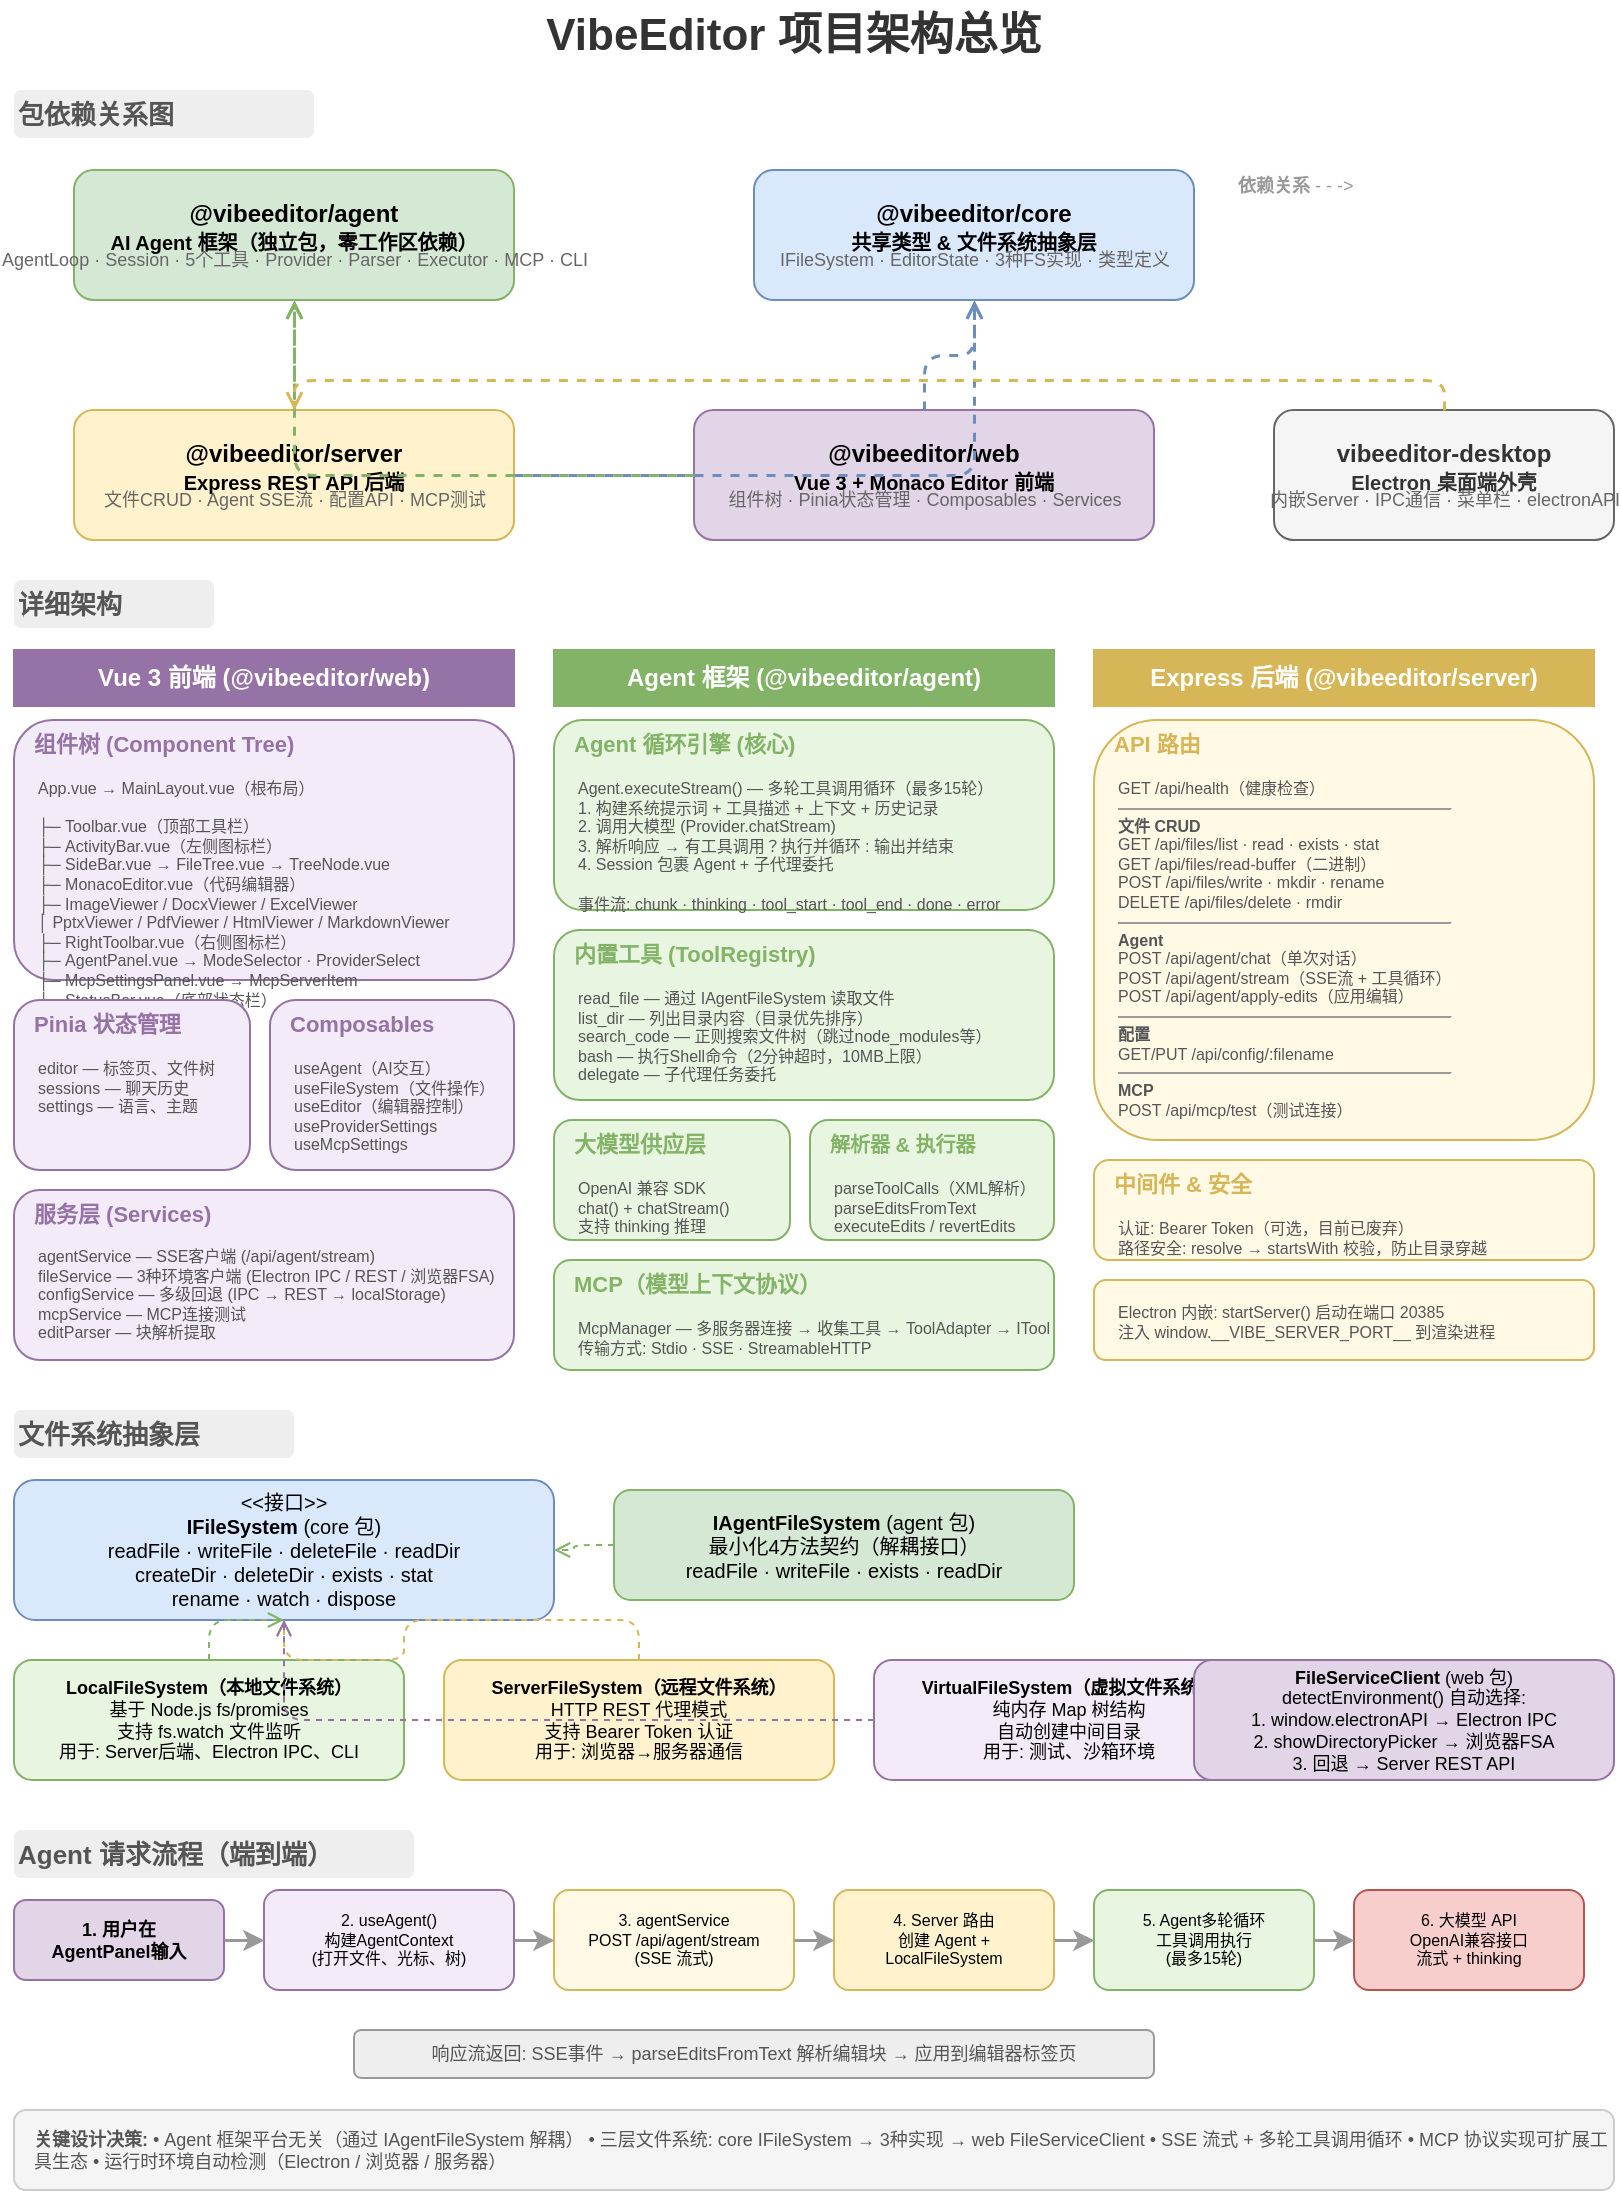
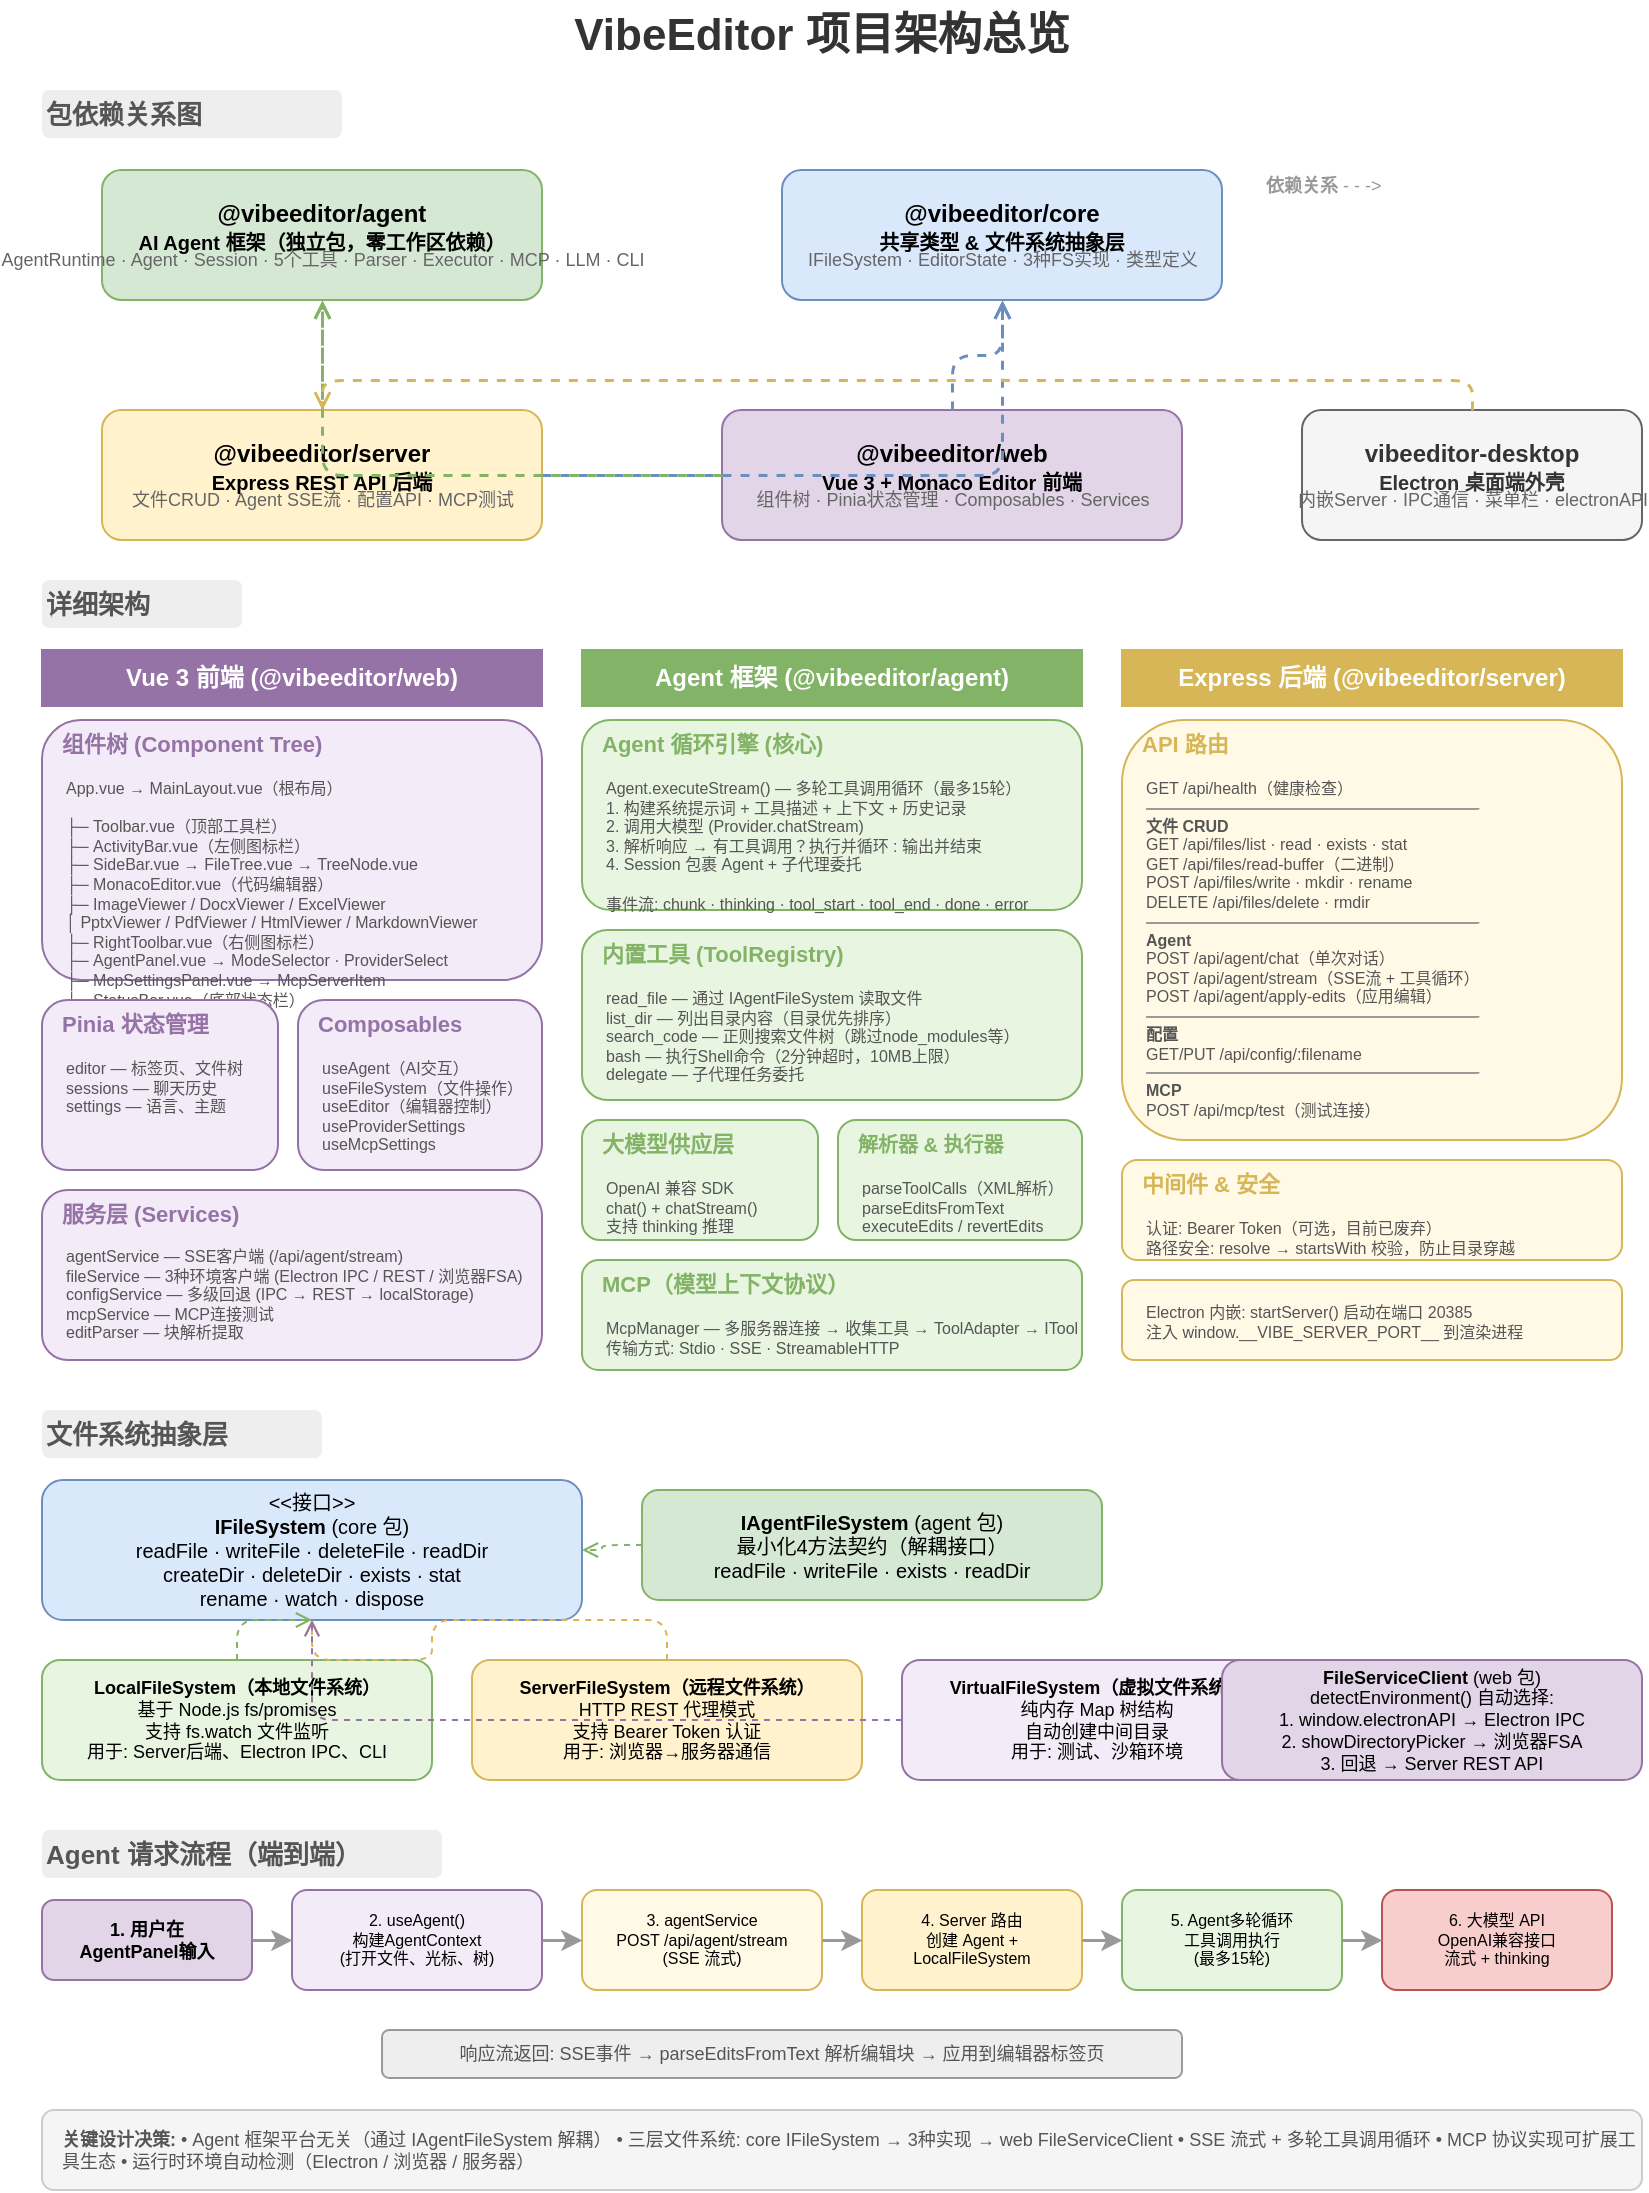
<mxGraphModel dx="1200" dy="900" grid="1" gridSize="10" guides="1" tooltips="1" connect="1" arrows="1" fold="1" page="1" pageScale="1" pageWidth="850" pageHeight="1150" math="0" shadow="0">
  <root>
    <mxCell id="0"/>
    <mxCell id="1" parent="0"/>

    <!-- ===== TITLE ===== -->
    <mxCell id="title" value="VibeEditor 项目架构总览" style="text;html=1;strokeColor=none;fillColor=none;align=center;verticalAlign=middle;whiteSpace=wrap;rounded=0;fontSize=22;fontStyle=1;fontColor=#333333;" vertex="1" parent="1">
      <mxGeometry x="220" y="10" width="400" height="35" as="geometry"/>
    </mxCell>

    <!-- ===== SECTION 1: 包依赖关系 ===== -->
    <mxCell id="sec1-label" value="包依赖关系图" style="text;html=1;strokeColor=none;fillColor=#eeeeee;align=left;verticalAlign=middle;whiteSpace=wrap;rounded=1;fontSize=13;fontStyle=1;fontColor=#555555;" vertex="1" parent="1">
      <mxGeometry x="30" y="55" width="150" height="24" as="geometry"/>
    </mxCell>

    <!-- Agent package -->
    <mxCell id="pkg-agent" value="@vibeeditor/agent&lt;br&gt;&lt;font style=&quot;font-size:10px&quot;&gt;AI Agent 框架（独立包，零工作区依赖）&lt;/font&gt;" style="rounded=1;whiteSpace=wrap;html=1;fillColor=#d5e8d4;strokeColor=#82b366;fontSize=12;fontStyle=1;verticalAlign=top;spacingTop=8;" vertex="1" parent="1">
      <mxGeometry x="60" y="95" width="220" height="65" as="geometry"/>
    </mxCell>
-     <mxCell id="pkg-agent-detail" value="AgentLoop · Session · 5个工具 · Provider · Parser · Executor · MCP · CLI" style="text;html=1;strokeColor=none;fillColor=none;align=center;verticalAlign=middle;fontSize=9;fontColor=#666666;" vertex="1" parent="1">
+     <mxCell id="pkg-agent-detail" value="AgentRuntime · Agent · Session · 5个工具 · Parser · Executor · MCP · LLM · CLI" style="text;html=1;strokeColor=none;fillColor=none;align=center;verticalAlign=middle;fontSize=9;fontColor=#666666;" vertex="1" parent="1">
      <mxGeometry x="65" y="130" width="210" height="20" as="geometry"/>
    </mxCell>

    <!-- Core package -->
    <mxCell id="pkg-core" value="@vibeeditor/core&lt;br&gt;&lt;font style=&quot;font-size:10px&quot;&gt;共享类型 &amp; 文件系统抽象层&lt;/font&gt;" style="rounded=1;whiteSpace=wrap;html=1;fillColor=#dae8fc;strokeColor=#6c8ebf;fontSize=12;fontStyle=1;verticalAlign=top;spacingTop=8;" vertex="1" parent="1">
      <mxGeometry x="400" y="95" width="220" height="65" as="geometry"/>
    </mxCell>
    <mxCell id="pkg-core-detail" value="IFileSystem · EditorState · 3种FS实现 · 类型定义" style="text;html=1;strokeColor=none;fillColor=none;align=center;verticalAlign=middle;fontSize=9;fontColor=#666666;" vertex="1" parent="1">
      <mxGeometry x="405" y="130" width="210" height="20" as="geometry"/>
    </mxCell>

    <!-- Server package -->
    <mxCell id="pkg-server" value="@vibeeditor/server&lt;br&gt;&lt;font style=&quot;font-size:10px&quot;&gt;Express REST API 后端&lt;/font&gt;" style="rounded=1;whiteSpace=wrap;html=1;fillColor=#fff2cc;strokeColor=#d6b656;fontSize=12;fontStyle=1;verticalAlign=top;spacingTop=8;" vertex="1" parent="1">
      <mxGeometry x="60" y="215" width="220" height="65" as="geometry"/>
    </mxCell>
    <mxCell id="pkg-server-detail" value="文件CRUD · Agent SSE流 · 配置API · MCP测试" style="text;html=1;strokeColor=none;fillColor=none;align=center;verticalAlign=middle;fontSize=9;fontColor=#666666;" vertex="1" parent="1">
      <mxGeometry x="65" y="250" width="210" height="20" as="geometry"/>
    </mxCell>

    <!-- Web package -->
    <mxCell id="pkg-web" value="@vibeeditor/web&lt;br&gt;&lt;font style=&quot;font-size:10px&quot;&gt;Vue 3 + Monaco Editor 前端&lt;/font&gt;" style="rounded=1;whiteSpace=wrap;html=1;fillColor=#e1d5e7;strokeColor=#9673a6;fontSize=12;fontStyle=1;verticalAlign=top;spacingTop=8;" vertex="1" parent="1">
      <mxGeometry x="370" y="215" width="230" height="65" as="geometry"/>
    </mxCell>
    <mxCell id="pkg-web-detail" value="组件树 · Pinia状态管理 · Composables · Services" style="text;html=1;strokeColor=none;fillColor=none;align=center;verticalAlign=middle;fontSize=9;fontColor=#666666;" vertex="1" parent="1">
      <mxGeometry x="375" y="250" width="220" height="20" as="geometry"/>
    </mxCell>

    <!-- Electron package -->
    <mxCell id="pkg-electron" value="vibeeditor-desktop&lt;br&gt;&lt;font style=&quot;font-size:10px&quot;&gt;Electron 桌面端外壳&lt;/font&gt;" style="rounded=1;whiteSpace=wrap;html=1;fillColor=#f5f5f5;strokeColor=#666666;fontSize=12;fontStyle=1;verticalAlign=top;spacingTop=8;fontColor=#333333;" vertex="1" parent="1">
      <mxGeometry x="660" y="215" width="170" height="65" as="geometry"/>
    </mxCell>
    <mxCell id="pkg-electron-detail" value="内嵌Server · IPC通信 · 菜单栏 · electronAPI" style="text;html=1;strokeColor=none;fillColor=none;align=center;verticalAlign=middle;fontSize=9;fontColor=#666666;" vertex="1" parent="1">
      <mxGeometry x="665" y="250" width="160" height="20" as="geometry"/>
    </mxCell>

    <!-- Dependency arrows -->
    <mxCell id="edge-server-agent" style="edgeStyle=orthogonalEdgeStyle;rounded=1;orthogonalLoop=1;jettySize=auto;html=1;strokeColor=#82b366;strokeWidth=1.5;dashed=1;endArrow=open;endFill=0;" edge="1" parent="1" source="pkg-server" target="pkg-agent">
      <mxGeometry relative="1" as="geometry"/>
    </mxCell>
    <mxCell id="edge-server-core" style="edgeStyle=orthogonalEdgeStyle;rounded=1;orthogonalLoop=1;jettySize=auto;html=1;strokeColor=#6c8ebf;strokeWidth=1.5;dashed=1;endArrow=open;endFill=0;" edge="1" parent="1" source="pkg-server" target="pkg-core">
      <mxGeometry relative="1" as="geometry"/>
    </mxCell>
    <mxCell id="edge-web-agent" style="edgeStyle=orthogonalEdgeStyle;rounded=1;orthogonalLoop=1;jettySize=auto;html=1;strokeColor=#82b366;strokeWidth=1.5;dashed=1;endArrow=open;endFill=0;" edge="1" parent="1" source="pkg-web" target="pkg-agent">
      <mxGeometry relative="1" as="geometry"/>
    </mxCell>
    <mxCell id="edge-web-core" style="edgeStyle=orthogonalEdgeStyle;rounded=1;orthogonalLoop=1;jettySize=auto;html=1;strokeColor=#6c8ebf;strokeWidth=1.5;dashed=1;endArrow=open;endFill=0;" edge="1" parent="1" source="pkg-web" target="pkg-core">
      <mxGeometry relative="1" as="geometry"/>
    </mxCell>
    <mxCell id="edge-electron-server" style="edgeStyle=orthogonalEdgeStyle;rounded=1;orthogonalLoop=1;jettySize=auto;html=1;strokeColor=#d6b656;strokeWidth=1.5;dashed=1;endArrow=open;endFill=0;" edge="1" parent="1" source="pkg-electron" target="pkg-server">
      <mxGeometry relative="1" as="geometry">
        <Array as="points">
          <mxPoint x="745" y="200"/>
          <mxPoint x="170" y="200"/>
        </Array>
      </mxGeometry>
    </mxCell>

    <!-- Legend -->
    <mxCell id="legend" value="&lt;b&gt;依赖关系&lt;/b&gt; - - -&gt;" style="text;html=1;strokeColor=none;fillColor=none;align=left;verticalAlign=middle;fontSize=9;fontColor=#999999;" vertex="1" parent="1">
      <mxGeometry x="640" y="95" width="90" height="16" as="geometry"/>
    </mxCell>

    <!-- ===== SECTION 2: 详细架构 ===== -->
    <mxCell id="sec2-label" value="详细架构" style="text;html=1;strokeColor=none;fillColor=#eeeeee;align=left;verticalAlign=middle;whiteSpace=wrap;rounded=1;fontSize=13;fontStyle=1;fontColor=#555555;" vertex="1" parent="1">
      <mxGeometry x="30" y="300" width="100" height="24" as="geometry"/>
    </mxCell>

    <!-- ===== COLUMN 1: 前端 ===== -->
    <mxCell id="col1-header" value="Vue 3 前端 (@vibeeditor/web)" style="rounded=0;whiteSpace=wrap;html=1;fillColor=#9673a6;strokeColor=#9673a6;fontSize=12;fontStyle=1;fontColor=#ffffff;verticalAlign=middle;" vertex="1" parent="1">
      <mxGeometry x="30" y="335" width="250" height="28" as="geometry"/>
    </mxCell>

    <!-- 组件树 -->
    <mxCell id="comp-box" value="" style="rounded=1;whiteSpace=wrap;html=1;fillColor=#f3ebf7;strokeColor=#9673a6;verticalAlign=top;" vertex="1" parent="1">
      <mxGeometry x="30" y="370" width="250" height="130" as="geometry"/>
    </mxCell>
    <mxCell id="comp-title" value="组件树 (Component Tree)" style="text;html=1;strokeColor=none;fillColor=none;align=left;verticalAlign=middle;fontSize=11;fontStyle=1;fontColor=#9673a6;" vertex="1" parent="1">
      <mxGeometry x="38" y="373" width="160" height="18" as="geometry"/>
    </mxCell>
    <mxCell id="comp-content" value="App.vue → MainLayout.vue（根布局）&lt;br&gt;&lt;br&gt;├─ Toolbar.vue（顶部工具栏）&lt;br&gt;├─ ActivityBar.vue（左侧图标栏）&lt;br&gt;├─ SideBar.vue → FileTree.vue → TreeNode.vue&lt;br&gt;├─ MonacoEditor.vue（代码编辑器）&lt;br&gt;├─ ImageViewer / DocxViewer / ExcelViewer&lt;br&gt;│   PptxViewer / PdfViewer / HtmlViewer / MarkdownViewer&lt;br&gt;├─ RightToolbar.vue（右侧图标栏）&lt;br&gt;├─ AgentPanel.vue → ModeSelector · ProviderSelect&lt;br&gt;├─ McpSettingsPanel.vue → McpServerItem&lt;br&gt;└─ StatusBar.vue（底部状态栏）" style="text;html=1;strokeColor=none;fillColor=none;align=left;verticalAlign=top;fontSize=8;fontColor=#555555;spacingLeft=6;" vertex="1" parent="1">
      <mxGeometry x="34" y="393" width="242" height="103" as="geometry"/>
    </mxCell>

    <!-- 状态管理 -->
    <mxCell id="store-box" value="" style="rounded=1;whiteSpace=wrap;html=1;fillColor=#f3ebf7;strokeColor=#9673a6;verticalAlign=top;" vertex="1" parent="1">
      <mxGeometry x="30" y="510" width="118" height="85" as="geometry"/>
    </mxCell>
    <mxCell id="store-title" value="Pinia 状态管理" style="text;html=1;strokeColor=none;fillColor=none;align=left;verticalAlign=middle;fontSize=11;fontStyle=1;fontColor=#9673a6;" vertex="1" parent="1">
      <mxGeometry x="38" y="513" width="100" height="18" as="geometry"/>
    </mxCell>
    <mxCell id="store-content" value="editor — 标签页、文件树&lt;br&gt;sessions — 聊天历史&lt;br&gt;settings — 语言、主题" style="text;html=1;strokeColor=none;fillColor=none;align=left;verticalAlign=top;fontSize=8;fontColor=#555555;spacingLeft=6;" vertex="1" parent="1">
      <mxGeometry x="34" y="533" width="110" height="56" as="geometry"/>
    </mxCell>

    <!-- 组合式函数 -->
    <mxCell id="compb-box" value="" style="rounded=1;whiteSpace=wrap;html=1;fillColor=#f3ebf7;strokeColor=#9673a6;verticalAlign=top;" vertex="1" parent="1">
      <mxGeometry x="158" y="510" width="122" height="85" as="geometry"/>
    </mxCell>
    <mxCell id="compb-title" value="Composables" style="text;html=1;strokeColor=none;fillColor=none;align=left;verticalAlign=middle;fontSize=11;fontStyle=1;fontColor=#9673a6;" vertex="1" parent="1">
      <mxGeometry x="166" y="513" width="100" height="18" as="geometry"/>
    </mxCell>
    <mxCell id="compb-content" value="useAgent（AI交互）&lt;br&gt;useFileSystem（文件操作）&lt;br&gt;useEditor（编辑器控制）&lt;br&gt;useProviderSettings&lt;br&gt;useMcpSettings" style="text;html=1;strokeColor=none;fillColor=none;align=left;verticalAlign=top;fontSize=8;fontColor=#555555;spacingLeft=6;" vertex="1" parent="1">
      <mxGeometry x="162" y="533" width="114" height="56" as="geometry"/>
    </mxCell>

    <!-- 服务层 -->
    <mxCell id="svc-box" value="" style="rounded=1;whiteSpace=wrap;html=1;fillColor=#f3ebf7;strokeColor=#9673a6;verticalAlign=top;" vertex="1" parent="1">
      <mxGeometry x="30" y="605" width="250" height="85" as="geometry"/>
    </mxCell>
    <mxCell id="svc-title" value="服务层 (Services)" style="text;html=1;strokeColor=none;fillColor=none;align=left;verticalAlign=middle;fontSize=11;fontStyle=1;fontColor=#9673a6;" vertex="1" parent="1">
      <mxGeometry x="38" y="608" width="120" height="18" as="geometry"/>
    </mxCell>
    <mxCell id="svc-content" value="agentService — SSE客户端 (/api/agent/stream)&lt;br&gt;fileService — 3种环境客户端 (Electron IPC / REST / 浏览器FSA)&lt;br&gt;configService — 多级回退 (IPC → REST → localStorage)&lt;br&gt;mcpService — MCP连接测试&lt;br&gt;editParser — &lt;edit&gt; 块解析提取" style="text;html=1;strokeColor=none;fillColor=none;align=left;verticalAlign=top;fontSize=8;fontColor=#555555;spacingLeft=6;" vertex="1" parent="1">
      <mxGeometry x="34" y="627" width="242" height="58" as="geometry"/>
    </mxCell>

    <!-- ===== COLUMN 2: AGENT 框架 ===== -->
    <mxCell id="col2-header" value="Agent 框架 (@vibeeditor/agent)" style="rounded=0;whiteSpace=wrap;html=1;fillColor=#82b366;strokeColor=#82b366;fontSize=12;fontStyle=1;fontColor=#ffffff;verticalAlign=middle;" vertex="1" parent="1">
      <mxGeometry x="300" y="335" width="250" height="28" as="geometry"/>
    </mxCell>

    <!-- Agent 循环引擎 -->
    <mxCell id="loop-box" value="" style="rounded=1;whiteSpace=wrap;html=1;fillColor=#e8f5e0;strokeColor=#82b366;verticalAlign=top;" vertex="1" parent="1">
      <mxGeometry x="300" y="370" width="250" height="95" as="geometry"/>
    </mxCell>
    <mxCell id="loop-title" value="Agent 循环引擎 (核心)" style="text;html=1;strokeColor=none;fillColor=none;align=left;verticalAlign=middle;fontSize=11;fontStyle=1;fontColor=#82b366;" vertex="1" parent="1">
      <mxGeometry x="308" y="373" width="150" height="18" as="geometry"/>
    </mxCell>
    <mxCell id="loop-content" value="Agent.executeStream() — 多轮工具调用循环（最多15轮）&lt;br&gt;1. 构建系统提示词 + 工具描述 + 上下文 + 历史记录&lt;br&gt;2. 调用大模型 (Provider.chatStream)&lt;br&gt;3. 解析响应 → 有工具调用？执行并循环 : 输出并结束&lt;br&gt;4. Session 包裹 Agent + 子代理委托&lt;br&gt;&lt;br&gt;事件流: chunk · thinking · tool_start · tool_end · done · error" style="text;html=1;strokeColor=none;fillColor=none;align=left;verticalAlign=top;fontSize=8;fontColor=#555555;spacingLeft=6;" vertex="1" parent="1">
      <mxGeometry x="304" y="393" width="242" height="67" as="geometry"/>
    </mxCell>

    <!-- 内置工具 -->
    <mxCell id="tools-box" value="" style="rounded=1;whiteSpace=wrap;html=1;fillColor=#e8f5e0;strokeColor=#82b366;verticalAlign=top;" vertex="1" parent="1">
      <mxGeometry x="300" y="475" width="250" height="85" as="geometry"/>
    </mxCell>
    <mxCell id="tools-title" value="内置工具 (ToolRegistry)" style="text;html=1;strokeColor=none;fillColor=none;align=left;verticalAlign=middle;fontSize=11;fontStyle=1;fontColor=#82b366;" vertex="1" parent="1">
      <mxGeometry x="308" y="478" width="170" height="18" as="geometry"/>
    </mxCell>
    <mxCell id="tools-content" value="read_file — 通过 IAgentFileSystem 读取文件&lt;br&gt;list_dir — 列出目录内容（目录优先排序）&lt;br&gt;search_code — 正则搜索文件树（跳过node_modules等）&lt;br&gt;bash — 执行Shell命令（2分钟超时，10MB上限）&lt;br&gt;delegate — 子代理任务委托" style="text;html=1;strokeColor=none;fillColor=none;align=left;verticalAlign=top;fontSize=8;fontColor=#555555;spacingLeft=6;" vertex="1" parent="1">
      <mxGeometry x="304" y="498" width="242" height="57" as="geometry"/>
    </mxCell>

    <!-- LLM Provider -->
    <mxCell id="prov-box" value="" style="rounded=1;whiteSpace=wrap;html=1;fillColor=#e8f5e0;strokeColor=#82b366;verticalAlign=top;" vertex="1" parent="1">
      <mxGeometry x="300" y="570" width="118" height="60" as="geometry"/>
    </mxCell>
    <mxCell id="prov-title" value="大模型供应层" style="text;html=1;strokeColor=none;fillColor=none;align=left;verticalAlign=middle;fontSize=11;fontStyle=1;fontColor=#82b366;" vertex="1" parent="1">
      <mxGeometry x="308" y="573" width="100" height="18" as="geometry"/>
    </mxCell>
    <mxCell id="prov-content" value="OpenAI 兼容 SDK&lt;br&gt;chat() + chatStream()&lt;br&gt;支持 thinking 推理" style="text;html=1;strokeColor=none;fillColor=none;align=left;verticalAlign=top;fontSize=8;fontColor=#555555;spacingLeft=6;" vertex="1" parent="1">
      <mxGeometry x="304" y="593" width="110" height="32" as="geometry"/>
    </mxCell>

    <!-- 解析器 + 执行器 -->
    <mxCell id="parser-box" value="" style="rounded=1;whiteSpace=wrap;html=1;fillColor=#e8f5e0;strokeColor=#82b366;verticalAlign=top;" vertex="1" parent="1">
      <mxGeometry x="428" y="570" width="122" height="60" as="geometry"/>
    </mxCell>
    <mxCell id="parser-title" value="解析器 &amp; 执行器" style="text;html=1;strokeColor=none;fillColor=none;align=left;verticalAlign=middle;fontSize=10;fontStyle=1;fontColor=#82b366;" vertex="1" parent="1">
      <mxGeometry x="436" y="573" width="110" height="18" as="geometry"/>
    </mxCell>
    <mxCell id="parser-content" value="parseToolCalls（XML解析）&lt;br&gt;parseEditsFromText&lt;br&gt;executeEdits / revertEdits" style="text;html=1;strokeColor=none;fillColor=none;align=left;verticalAlign=top;fontSize=8;fontColor=#555555;spacingLeft=6;" vertex="1" parent="1">
      <mxGeometry x="432" y="593" width="114" height="32" as="geometry"/>
    </mxCell>

    <!-- MCP -->
    <mxCell id="mcp-box" value="" style="rounded=1;whiteSpace=wrap;html=1;fillColor=#e8f5e0;strokeColor=#82b366;verticalAlign=top;" vertex="1" parent="1">
      <mxGeometry x="300" y="640" width="250" height="55" as="geometry"/>
    </mxCell>
    <mxCell id="mcp-title" value="MCP（模型上下文协议）" style="text;html=1;strokeColor=none;fillColor=none;align=left;verticalAlign=middle;fontSize=11;fontStyle=1;fontColor=#82b366;" vertex="1" parent="1">
      <mxGeometry x="308" y="643" width="180" height="18" as="geometry"/>
    </mxCell>
    <mxCell id="mcp-content" value="McpManager — 多服务器连接 → 收集工具 → ToolAdapter → ITool&lt;br&gt;传输方式: Stdio · SSE · StreamableHTTP" style="text;html=1;strokeColor=none;fillColor=none;align=left;verticalAlign=top;fontSize=8;fontColor=#555555;spacingLeft=6;" vertex="1" parent="1">
      <mxGeometry x="304" y="663" width="242" height="27" as="geometry"/>
    </mxCell>

    <!-- ===== COLUMN 3: 后端 ===== -->
    <mxCell id="col3-header" value="Express 后端 (@vibeeditor/server)" style="rounded=0;whiteSpace=wrap;html=1;fillColor=#d6b656;strokeColor=#d6b656;fontSize=12;fontStyle=1;fontColor=#ffffff;verticalAlign=middle;" vertex="1" parent="1">
      <mxGeometry x="570" y="335" width="250" height="28" as="geometry"/>
    </mxCell>

    <!-- 路由 -->
    <mxCell id="routes-box" value="" style="rounded=1;whiteSpace=wrap;html=1;fillColor=#fff9e6;strokeColor=#d6b656;verticalAlign=top;" vertex="1" parent="1">
      <mxGeometry x="570" y="370" width="250" height="210" as="geometry"/>
    </mxCell>
    <mxCell id="routes-title" value="API 路由" style="text;html=1;strokeColor=none;fillColor=none;align=left;verticalAlign=middle;fontSize=11;fontStyle=1;fontColor=#d6b656;" vertex="1" parent="1">
      <mxGeometry x="578" y="373" width="80" height="18" as="geometry"/>
    </mxCell>
    <mxCell id="routes-content" value="GET  /api/health（健康检查）&lt;br&gt;&lt;hr size=&quot;1&quot;&gt;&lt;b&gt;文件 CRUD&lt;/b&gt;&lt;br&gt;GET  /api/files/list · read · exists · stat&lt;br&gt;GET  /api/files/read-buffer（二进制）&lt;br&gt;POST /api/files/write · mkdir · rename&lt;br&gt;DELETE /api/files/delete · rmdir&lt;br&gt;&lt;hr size=&quot;1&quot;&gt;&lt;b&gt;Agent&lt;/b&gt;&lt;br&gt;POST /api/agent/chat（单次对话）&lt;br&gt;POST /api/agent/stream（SSE流 + 工具循环）&lt;br&gt;POST /api/agent/apply-edits（应用编辑）&lt;br&gt;&lt;hr size=&quot;1&quot;&gt;&lt;b&gt;配置&lt;/b&gt;&lt;br&gt;GET/PUT /api/config/:filename&lt;br&gt;&lt;hr size=&quot;1&quot;&gt;&lt;b&gt;MCP&lt;/b&gt;&lt;br&gt;POST /api/mcp/test（测试连接）" style="text;html=1;strokeColor=none;fillColor=none;align=left;verticalAlign=top;fontSize=8;fontColor=#555555;spacingLeft=6;" vertex="1" parent="1">
      <mxGeometry x="574" y="393" width="242" height="183" as="geometry"/>
    </mxCell>

    <!-- 中间件与安全 -->
    <mxCell id="mw-box" value="" style="rounded=1;whiteSpace=wrap;html=1;fillColor=#fff9e6;strokeColor=#d6b656;verticalAlign=top;" vertex="1" parent="1">
      <mxGeometry x="570" y="590" width="250" height="50" as="geometry"/>
    </mxCell>
    <mxCell id="mw-title" value="中间件 &amp; 安全" style="text;html=1;strokeColor=none;fillColor=none;align=left;verticalAlign=middle;fontSize=11;fontStyle=1;fontColor=#d6b656;" vertex="1" parent="1">
      <mxGeometry x="578" y="593" width="150" height="18" as="geometry"/>
    </mxCell>
    <mxCell id="mw-content" value="认证: Bearer Token（可选，目前已废弃）&lt;br&gt;路径安全: resolve → startsWith 校验，防止目录穿越" style="text;html=1;strokeColor=none;fillColor=none;align=left;verticalAlign=top;fontSize=8;fontColor=#555555;spacingLeft=6;" vertex="1" parent="1">
      <mxGeometry x="574" y="613" width="242" height="22" as="geometry"/>
    </mxCell>

    <!-- Electron 内嵌 -->
    <mxCell id="embed-box" value="" style="rounded=1;whiteSpace=wrap;html=1;fillColor=#fff9e6;strokeColor=#d6b656;verticalAlign=top;" vertex="1" parent="1">
      <mxGeometry x="570" y="650" width="250" height="40" as="geometry"/>
    </mxCell>
    <mxCell id="embed-content" value="Electron 内嵌: startServer() 启动在端口 20385&lt;br&gt;注入 window.__VIBE_SERVER_PORT__ 到渲染进程" style="text;html=1;strokeColor=none;fillColor=none;align=left;verticalAlign=top;fontSize=8;fontColor=#555555;spacingLeft=6;" vertex="1" parent="1">
      <mxGeometry x="574" y="655" width="242" height="30" as="geometry"/>
    </mxCell>

    <!-- ===== SECTION 3: 文件系统层 ===== -->
    <mxCell id="sec3-label" value="文件系统抽象层" style="text;html=1;strokeColor=none;fillColor=#eeeeee;align=left;verticalAlign=middle;whiteSpace=wrap;rounded=1;fontSize=13;fontStyle=1;fontColor=#555555;" vertex="1" parent="1">
      <mxGeometry x="30" y="715" width="140" height="24" as="geometry"/>
    </mxCell>

    <!-- IFileSystem 接口 -->
    <mxCell id="fs-interface" value="&lt;&lt;接口&gt;&gt;&lt;br&gt;&lt;b&gt;IFileSystem&lt;/b&gt; (core 包)&lt;br&gt;readFile · writeFile · deleteFile · readDir&lt;br&gt;createDir · deleteDir · exists · stat&lt;br&gt;rename · watch · dispose" style="rounded=1;whiteSpace=wrap;html=1;fillColor=#dae8fc;strokeColor=#6c8ebf;fontSize=10;verticalAlign=middle;fontStyle=0;" vertex="1" parent="1">
      <mxGeometry x="30" y="750" width="270" height="70" as="geometry"/>
    </mxCell>

    <!-- 3种实现 -->
    <mxCell id="fs-local" value="&lt;b&gt;LocalFileSystem（本地文件系统）&lt;/b&gt;&lt;br&gt;基于 Node.js fs/promises&lt;br&gt;支持 fs.watch 文件监听&lt;br&gt;用于: Server后端、Electron IPC、CLI" style="rounded=1;whiteSpace=wrap;html=1;fillColor=#e8f5e0;strokeColor=#82b366;fontSize=9;verticalAlign=middle;" vertex="1" parent="1">
      <mxGeometry x="30" y="840" width="195" height="60" as="geometry"/>
    </mxCell>
    <mxCell id="fs-server" value="&lt;b&gt;ServerFileSystem（远程文件系统）&lt;/b&gt;&lt;br&gt;HTTP REST 代理模式&lt;br&gt;支持 Bearer Token 认证&lt;br&gt;用于: 浏览器→服务器通信" style="rounded=1;whiteSpace=wrap;html=1;fillColor=#fff2cc;strokeColor=#d6b656;fontSize=9;verticalAlign=middle;" vertex="1" parent="1">
      <mxGeometry x="245" y="840" width="195" height="60" as="geometry"/>
    </mxCell>
    <mxCell id="fs-virtual" value="&lt;b&gt;VirtualFileSystem（虚拟文件系统）&lt;/b&gt;&lt;br&gt;纯内存 Map 树结构&lt;br&gt;自动创建中间目录&lt;br&gt;用于: 测试、沙箱环境" style="rounded=1;whiteSpace=wrap;html=1;fillColor=#f3ebf7;strokeColor=#9673a6;fontSize=9;verticalAlign=middle;" vertex="1" parent="1">
      <mxGeometry x="460" y="840" width="195" height="60" as="geometry"/>
    </mxCell>

    <!-- 实现箭头 -->
    <mxCell id="edge-fs-local" style="edgeStyle=orthogonalEdgeStyle;rounded=1;orthogonalLoop=1;jettySize=auto;html=1;strokeColor=#82b366;strokeWidth=1;dashed=1;endArrow=open;endFill=0;" edge="1" parent="1" source="fs-local" target="fs-interface">
      <mxGeometry relative="1" as="geometry"/>
    </mxCell>
    <mxCell id="edge-fs-server" style="edgeStyle=orthogonalEdgeStyle;rounded=1;orthogonalLoop=1;jettySize=auto;html=1;strokeColor=#d6b656;strokeWidth=1;dashed=1;endArrow=open;endFill=0;" edge="1" parent="1" source="fs-server" target="fs-interface">
      <mxGeometry relative="1" as="geometry"/>
    </mxCell>
    <mxCell id="edge-fs-virtual" style="edgeStyle=orthogonalEdgeStyle;rounded=1;orthogonalLoop=1;jettySize=auto;html=1;strokeColor=#9673a6;strokeWidth=1;dashed=1;endArrow=open;endFill=0;" edge="1" parent="1" source="fs-virtual" target="fs-interface">
      <mxGeometry relative="1" as="geometry"/>
    </mxCell>

    <!-- IAgentFileSystem -->
    <mxCell id="fs-agent" value="&lt;b&gt;IAgentFileSystem&lt;/b&gt; (agent 包)&lt;br&gt;最小化4方法契约（解耦接口）&lt;br&gt;readFile · writeFile · exists · readDir" style="rounded=1;whiteSpace=wrap;html=1;fillColor=#d5e8d4;strokeColor=#82b366;fontSize=10;verticalAlign=middle;" vertex="1" parent="1">
      <mxGeometry x="330" y="755" width="230" height="55" as="geometry"/>
    </mxCell>
    <mxCell id="edge-fs-agent" style="edgeStyle=orthogonalEdgeStyle;rounded=1;orthogonalLoop=1;jettySize=auto;html=1;strokeColor=#82b366;strokeWidth=1;dashed=1;endArrow=open;endFill=0;" edge="1" parent="1" source="fs-agent" target="fs-interface">
      <mxGeometry relative="1" as="geometry"/>
    </mxCell>

    <!-- FileServiceClient -->
    <mxCell id="fs-client" value="&lt;b&gt;FileServiceClient&lt;/b&gt; (web 包)&lt;br&gt;detectEnvironment() 自动选择:&lt;br&gt;1. window.electronAPI → Electron IPC&lt;br&gt;2. showDirectoryPicker → 浏览器FSA&lt;br&gt;3. 回退 → Server REST API" style="rounded=1;whiteSpace=wrap;html=1;fillColor=#e1d5e7;strokeColor=#9673a6;fontSize=9;verticalAlign=middle;" vertex="1" parent="1">
      <mxGeometry x="620" y="840" width="210" height="60" as="geometry"/>
    </mxCell>

    <!-- ===== SECTION 4: 数据流 ===== -->
    <mxCell id="sec4-label" value="Agent 请求流程（端到端）" style="text;html=1;strokeColor=none;fillColor=#eeeeee;align=left;verticalAlign=middle;whiteSpace=wrap;rounded=1;fontSize=13;fontStyle=1;fontColor=#555555;" vertex="1" parent="1">
      <mxGeometry x="30" y="925" width="200" height="24" as="geometry"/>
    </mxCell>

    <!-- 流程步骤 -->
    <mxCell id="flow-1" value="1. 用户在&lt;br&gt;AgentPanel输入" style="rounded=1;whiteSpace=wrap;html=1;fillColor=#e1d5e7;strokeColor=#9673a6;fontSize=9;verticalAlign=middle;fontStyle=1;" vertex="1" parent="1">
      <mxGeometry x="30" y="960" width="105" height="40" as="geometry"/>
    </mxCell>
    <mxCell id="flow-2" value="2. useAgent()&lt;br&gt;构建AgentContext&lt;br&gt;(打开文件、光标、树)" style="rounded=1;whiteSpace=wrap;html=1;fillColor=#f3ebf7;strokeColor=#9673a6;fontSize=8;verticalAlign=middle;" vertex="1" parent="1">
      <mxGeometry x="155" y="955" width="125" height="50" as="geometry"/>
    </mxCell>
    <mxCell id="flow-3" value="3. agentService&lt;br&gt;POST /api/agent/stream&lt;br&gt;(SSE 流式)" style="rounded=1;whiteSpace=wrap;html=1;fillColor=#fff9e6;strokeColor=#d6b656;fontSize=8;verticalAlign=middle;" vertex="1" parent="1">
      <mxGeometry x="300" y="955" width="120" height="50" as="geometry"/>
    </mxCell>
    <mxCell id="flow-4" value="4. Server 路由&lt;br&gt;创建 Agent +&lt;br&gt;LocalFileSystem" style="rounded=1;whiteSpace=wrap;html=1;fillColor=#fff2cc;strokeColor=#d6b656;fontSize=8;verticalAlign=middle;" vertex="1" parent="1">
      <mxGeometry x="440" y="955" width="110" height="50" as="geometry"/>
    </mxCell>
    <mxCell id="flow-5" value="5. Agent多轮循环&lt;br&gt;工具调用执行&lt;br&gt;(最多15轮)" style="rounded=1;whiteSpace=wrap;html=1;fillColor=#e8f5e0;strokeColor=#82b366;fontSize=8;verticalAlign=middle;" vertex="1" parent="1">
      <mxGeometry x="570" y="955" width="110" height="50" as="geometry"/>
    </mxCell>
    <mxCell id="flow-6" value="6. 大模型 API&lt;br&gt;OpenAI兼容接口&lt;br&gt;流式 + thinking" style="rounded=1;whiteSpace=wrap;html=1;fillColor=#f8cecc;strokeColor=#b85450;fontSize=8;verticalAlign=middle;" vertex="1" parent="1">
      <mxGeometry x="700" y="955" width="115" height="50" as="geometry"/>
    </mxCell>

    <!-- 流程箭头 -->
    <mxCell id="edge-flow-1" style="edgeStyle=orthogonalEdgeStyle;rounded=1;orthogonalLoop=1;jettySize=auto;html=1;strokeColor=#999999;strokeWidth=1.5;endArrow=classic;endFill=1;" edge="1" parent="1" source="flow-1" target="flow-2">
      <mxGeometry relative="1" as="geometry"/>
    </mxCell>
    <mxCell id="edge-flow-2" style="edgeStyle=orthogonalEdgeStyle;rounded=1;orthogonalLoop=1;jettySize=auto;html=1;strokeColor=#999999;strokeWidth=1.5;endArrow=classic;endFill=1;" edge="1" parent="1" source="flow-2" target="flow-3">
      <mxGeometry relative="1" as="geometry"/>
    </mxCell>
    <mxCell id="edge-flow-3" style="edgeStyle=orthogonalEdgeStyle;rounded=1;orthogonalLoop=1;jettySize=auto;html=1;strokeColor=#999999;strokeWidth=1.5;endArrow=classic;endFill=1;" edge="1" parent="1" source="flow-3" target="flow-4">
      <mxGeometry relative="1" as="geometry"/>
    </mxCell>
    <mxCell id="edge-flow-4" style="edgeStyle=orthogonalEdgeStyle;rounded=1;orthogonalLoop=1;jettySize=auto;html=1;strokeColor=#999999;strokeWidth=1.5;endArrow=classic;endFill=1;" edge="1" parent="1" source="flow-4" target="flow-5">
      <mxGeometry relative="1" as="geometry"/>
    </mxCell>
    <mxCell id="edge-flow-5" style="edgeStyle=orthogonalEdgeStyle;rounded=1;orthogonalLoop=1;jettySize=auto;html=1;strokeColor=#999999;strokeWidth=1.5;endArrow=classic;endFill=1;" edge="1" parent="1" source="flow-5" target="flow-6">
      <mxGeometry relative="1" as="geometry"/>
    </mxCell>

    <!-- 返回流 -->
    <mxCell id="flow-return" value="响应流返回: SSE事件 → parseEditsFromText 解析编辑块 → 应用到编辑器标签页" style="rounded=1;whiteSpace=wrap;html=1;fillColor=#eeeeee;strokeColor=#999999;fontSize=9;verticalAlign=middle;fontColor=#555555;" vertex="1" parent="1">
      <mxGeometry x="200" y="1025" width="400" height="24" as="geometry"/>
    </mxCell>

    <!-- 关键设计说明 -->
    <mxCell id="note" value="&lt;b&gt;关键设计决策:&lt;/b&gt;  • Agent 框架平台无关（通过 IAgentFileSystem 解耦）  • 三层文件系统: core IFileSystem → 3种实现 → web FileServiceClient  • SSE 流式 + 多轮工具调用循环  • MCP 协议实现可扩展工具生态  • 运行时环境自动检测（Electron / 浏览器 / 服务器）" style="rounded=1;whiteSpace=wrap;html=1;fillColor=#f5f5f5;strokeColor=#cccccc;fontSize=9;verticalAlign=middle;fontColor=#555555;align=left;spacingLeft=8;" vertex="1" parent="1">
      <mxGeometry x="30" y="1065" width="800" height="40" as="geometry"/>
    </mxCell>

  </root>
</mxGraphModel>